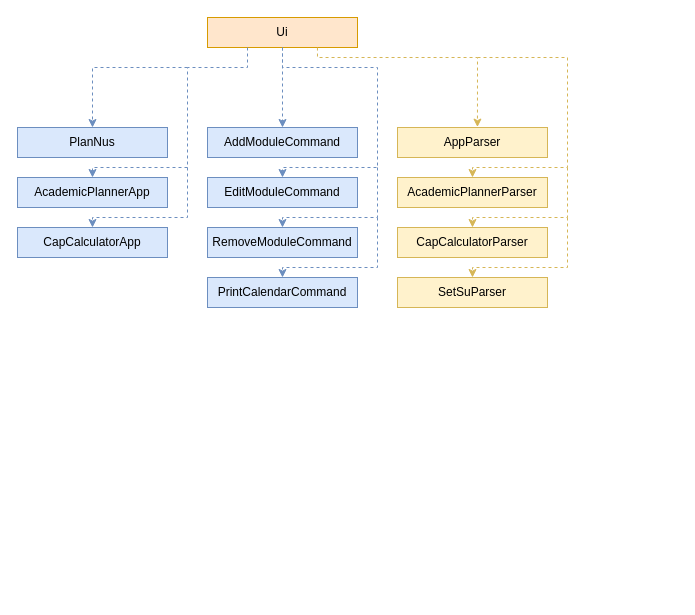
Before: docs/base/Ui architecture.drawio in vanessa-kang/tp, a draw.io diagram. Source tidied: cells renumbered, new cells numbered last; positions are measured from the earlier drawing's top-left corner, leaving out a move shared by most shapes. Both pictures are drawn from the tidied source at 100%, with x=0, y=0 at pixel (17, 17).
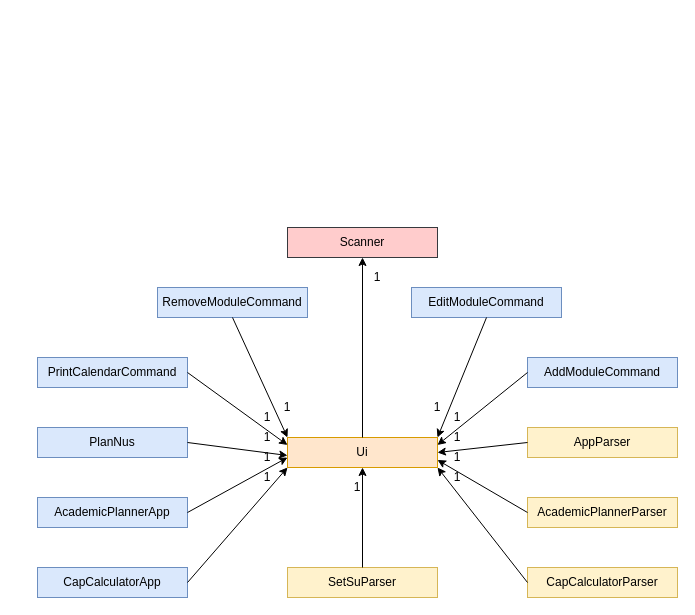
After the change.

What changed in the source:
```diff
@@
     <mxCell id="2" value="Ui" style="rounded=0;whiteSpace=wrap;html=1;fillColor=#ffe6cc;strokeColor=#d79b00;" parent="1" vertex="1">
-      <mxGeometry x="190" width="150" height="30" as="geometry" />
+      <mxGeometry x="270" y="420" width="150" height="30" as="geometry" />
     </mxCell>
     <mxCell id="3" value="PlanNus" style="rounded=0;whiteSpace=wrap;html=1;fillColor=#dae8fc;strokeColor=#6c8ebf;" parent="1" vertex="1">
-      <mxGeometry y="110" width="150" height="30" as="geometry" />
+      <mxGeometry x="20" y="410" width="150" height="30" as="geometry" />
     </mxCell>
     <mxCell id="4" value="CapCalculatorApp" style="rounded=0;whiteSpace=wrap;html=1;fillColor=#dae8fc;strokeColor=#6c8ebf;" parent="1" vertex="1">
-      <mxGeometry y="210" width="150" height="30" as="geometry" />
+      <mxGeometry x="20" y="550" width="150" height="30" as="geometry" />
     </mxCell>
     <mxCell id="5" value="AcademicPlannerApp" style="rounded=0;whiteSpace=wrap;html=1;fillColor=#dae8fc;strokeColor=#6c8ebf;" parent="1" vertex="1">
-      <mxGeometry y="160" width="150" height="30" as="geometry" />
+      <mxGeometry x="20" y="480" width="150" height="30" as="geometry" />
     </mxCell>
     <mxCell id="6" value="AddModuleCommand" style="rounded=0;whiteSpace=wrap;html=1;fillColor=#dae8fc;strokeColor=#6c8ebf;" parent="1" vertex="1">
-      <mxGeometry x="190" y="110" width="150" height="30" as="geometry" />
+      <mxGeometry x="510" y="340" width="150" height="30" as="geometry" />
     </mxCell>
     <mxCell id="7" value="RemoveModuleCommand" style="rounded=0;whiteSpace=wrap;html=1;fillColor=#dae8fc;strokeColor=#6c8ebf;" parent="1" vertex="1">
-      <mxGeometry x="190" y="210" width="150" height="30" as="geometry" />
+      <mxGeometry x="140" y="270" width="150" height="30" as="geometry" />
     </mxCell>
     <mxCell id="8" value="EditModuleCommand" style="rounded=0;whiteSpace=wrap;html=1;fillColor=#dae8fc;strokeColor=#6c8ebf;" parent="1" vertex="1">
-      <mxGeometry x="190" y="160" width="150" height="30" as="geometry" />
+      <mxGeometry x="394" y="270" width="150" height="30" as="geometry" />
     </mxCell>
     <mxCell id="9" value="PrintCalendarCommand" style="rounded=0;whiteSpace=wrap;html=1;fillColor=#dae8fc;strokeColor=#6c8ebf;" parent="1" vertex="1">
-      <mxGeometry x="190" y="260" width="150" height="30" as="geometry" />
+      <mxGeometry x="20" y="340" width="150" height="30" as="geometry" />
     </mxCell>
     <mxCell id="10" value="AppParser" style="rounded=0;whiteSpace=wrap;html=1;fillColor=#fff2cc;strokeColor=#d6b656;" parent="1" vertex="1">
-      <mxGeometry x="380" y="110" width="150" height="30" as="geometry" />
+      <mxGeometry x="510" y="410" width="150" height="30" as="geometry" />
     </mxCell>
     <mxCell id="11" value="AcademicPlannerParser" style="rounded=0;whiteSpace=wrap;html=1;fillColor=#fff2cc;strokeColor=#d6b656;" parent="1" vertex="1">
-      <mxGeometry x="380" y="160" width="150" height="30" as="geometry" />
+      <mxGeometry x="510" y="480" width="150" height="30" as="geometry" />
     </mxCell>
     <mxCell id="12" value="CapCalculatorParser" style="rounded=0;whiteSpace=wrap;html=1;fillColor=#fff2cc;strokeColor=#d6b656;" parent="1" vertex="1">
-      <mxGeometry x="380" y="210" width="150" height="30" as="geometry" />
+      <mxGeometry x="510" y="550" width="150" height="30" as="geometry" />
     </mxCell>
     <mxCell id="13" value="SetSuParser" style="rounded=0;whiteSpace=wrap;html=1;fillColor=#fff2cc;strokeColor=#d6b656;" parent="1" vertex="1">
-      <mxGeometry x="380" y="260" width="150" height="30" as="geometry" />
+      <mxGeometry x="270" y="550" width="150" height="30" as="geometry" />
     </mxCell>
-    <mxCell id="14" style="endArrow=classic;html=1;dashed=1;entryX=0.5;entryY=0;entryDx=0;entryDy=0;rounded=0;fillColor=#dae8fc;strokeColor=#6c8ebf;" parent="1" edge="1" target="5">
-      <mxGeometry relative="1" as="geometry">
-        <mxPoint x="230" y="30" as="sourcePoint" />
-        <Array as="points">
-          <mxPoint x="230" y="50" />
-          <mxPoint x="170" y="50" />
-          <mxPoint x="170" y="150" />
-          <mxPoint x="75" y="150" />
-        </Array>
-      </mxGeometry>
-    </mxCell>
-    <mxCell id="15" style="endArrow=classic;html=1;dashed=1;entryX=0.5;entryY=0;entryDx=0;entryDy=0;rounded=0;fillColor=#dae8fc;strokeColor=#6c8ebf;" parent="1" edge="1" target="3">
-      <mxGeometry relative="1" as="geometry">
-        <mxPoint x="170" y="50" as="sourcePoint" />
-        <Array as="points">
-          <mxPoint x="75" y="50" />
-        </Array>
-      </mxGeometry>
-    </mxCell>
-    <mxCell id="16" style="endArrow=classic;html=1;dashed=1;entryX=0.5;entryY=0;entryDx=0;entryDy=0;rounded=0;fillColor=#dae8fc;strokeColor=#6c8ebf;" parent="1" edge="1" target="4">
-      <mxGeometry relative="1" as="geometry">
-        <mxPoint x="170" y="150" as="sourcePoint" />
-        <Array as="points">
-          <mxPoint x="170" y="200" />
-          <mxPoint x="75" y="200" />
-        </Array>
-      </mxGeometry>
-    </mxCell>
-    <mxCell id="17" style="endArrow=classic;html=1;dashed=1;exitX=0.5;exitY=1;exitDx=0;exitDy=0;rounded=0;fillColor=#dae8fc;strokeColor=#6c8ebf;entryX=0.5;entryY=0;entryDx=0;entryDy=0;" parent="1" edge="1" source="2" target="8">
-      <mxGeometry relative="1" as="geometry">
-        <Array as="points">
-          <mxPoint x="265" y="50" />
-          <mxPoint x="360" y="50" />
-          <mxPoint x="360" y="150" />
-          <mxPoint x="265" y="150" />
-        </Array>
-      </mxGeometry>
-    </mxCell>
-    <mxCell id="18" style="endArrow=classic;html=1;dashed=1;exitX=0.5;exitY=1;exitDx=0;exitDy=0;entryX=0.5;entryY=0;entryDx=0;entryDy=0;fillColor=#dae8fc;strokeColor=#6c8ebf;" parent="1" edge="1" source="2" target="6">
-      <mxGeometry relative="1" as="geometry" />
-    </mxCell>
-    <mxCell id="19" style="endArrow=classic;html=1;dashed=1;entryX=0.5;entryY=0;entryDx=0;entryDy=0;rounded=0;fillColor=#dae8fc;strokeColor=#6c8ebf;" parent="1" edge="1" target="7">
-      <mxGeometry relative="1" as="geometry">
-        <mxPoint x="360" y="150" as="sourcePoint" />
-        <Array as="points">
-          <mxPoint x="360" y="200" />
-          <mxPoint x="265" y="200" />
-        </Array>
-      </mxGeometry>
-    </mxCell>
-    <mxCell id="20" style="endArrow=classic;html=1;dashed=1;entryX=0.5;entryY=0;entryDx=0;entryDy=0;rounded=0;fillColor=#dae8fc;strokeColor=#6c8ebf;" parent="1" edge="1" target="9">
-      <mxGeometry relative="1" as="geometry">
-        <mxPoint x="360" y="200" as="sourcePoint" />
-        <Array as="points">
-          <mxPoint x="360" y="250" />
-          <mxPoint x="265" y="250" />
-        </Array>
-      </mxGeometry>
-    </mxCell>
-    <mxCell id="21" style="endArrow=classic;html=1;dashed=1;exitX=0.733;exitY=1.002;exitDx=0;exitDy=0;rounded=0;fillColor=#fff2cc;strokeColor=#d6b656;exitPerimeter=0;entryX=0.533;entryY=-0.014;entryDx=0;entryDy=0;entryPerimeter=0;" parent="1" edge="1" source="2" target="10">
-      <mxGeometry relative="1" as="geometry">
-        <Array as="points">
-          <mxPoint x="300" y="40" />
-          <mxPoint x="460" y="40" />
-        </Array>
-      </mxGeometry>
-    </mxCell>
-    <mxCell id="22" style="endArrow=classic;html=1;dashed=1;rounded=0;entryX=0.5;entryY=0;entryDx=0;entryDy=0;fillColor=#fff2cc;strokeColor=#d6b656;" parent="1" edge="1" target="11">
-      <mxGeometry relative="1" as="geometry">
-        <mxPoint x="460" y="40" as="sourcePoint" />
-        <Array as="points">
-          <mxPoint x="550" y="40" />
-          <mxPoint x="550" y="150" />
-          <mxPoint x="455" y="150" />
-        </Array>
-      </mxGeometry>
-    </mxCell>
-    <mxCell id="23" style="endArrow=classic;html=1;dashed=1;entryX=0.5;entryY=0;entryDx=0;entryDy=0;rounded=0;fillColor=#fff2cc;strokeColor=#d6b656;" parent="1" edge="1" target="12">
-      <mxGeometry relative="1" as="geometry">
-        <mxPoint x="550" y="150" as="sourcePoint" />
-        <Array as="points">
-          <mxPoint x="550" y="200" />
-          <mxPoint x="455" y="200" />
-        </Array>
-      </mxGeometry>
-    </mxCell>
-    <mxCell id="24" style="endArrow=classic;html=1;dashed=1;entryX=0.5;entryY=0;entryDx=0;entryDy=0;rounded=0;fillColor=#fff2cc;strokeColor=#d6b656;" parent="1" edge="1" target="13">
-      <mxGeometry relative="1" as="geometry">
-        <mxPoint x="550" y="200" as="sourcePoint" />
-        <Array as="points">
-          <mxPoint x="550" y="250" />
-          <mxPoint x="455" y="250" />
-        </Array>
-      </mxGeometry>
-    </mxCell>
+    <mxCell id="25" style="endArrow=classic;html=1;exitX=1;exitY=0.5;exitDx=0;exitDy=0;entryX=0;entryY=0.25;entryDx=0;entryDy=0;fillColor=#dae8fc;" parent="1" edge="1" source="9" target="2">
+      <mxGeometry relative="1" as="geometry" />
+    </mxCell>
+    <mxCell id="26" style="endArrow=classic;html=1;exitX=1;exitY=0.5;exitDx=0;exitDy=0;fillColor=#dae8fc;" parent="1" edge="1" source="3">
+      <mxGeometry relative="1" as="geometry">
+        <mxPoint x="270" y="438" as="targetPoint" />
+      </mxGeometry>
+    </mxCell>
+    <mxCell id="27" style="endArrow=classic;html=1;exitX=1;exitY=0.5;exitDx=0;exitDy=0;fillColor=#dae8fc;" parent="1" edge="1" source="5">
+      <mxGeometry relative="1" as="geometry">
+        <mxPoint x="270" y="440" as="targetPoint" />
+      </mxGeometry>
+    </mxCell>
+    <mxCell id="28" style="endArrow=classic;html=1;exitX=1;exitY=0.5;exitDx=0;exitDy=0;fillColor=#dae8fc;entryX=0;entryY=1;entryDx=0;entryDy=0;" parent="1" edge="1" source="4" target="2">
+      <mxGeometry relative="1" as="geometry" />
+    </mxCell>
+    <mxCell id="29" style="endArrow=classic;html=1;exitX=0.5;exitY=0;exitDx=0;exitDy=0;fillColor=#dae8fc;entryX=0.5;entryY=1;entryDx=0;entryDy=0;" parent="1" edge="1" source="13" target="2">
+      <mxGeometry relative="1" as="geometry" />
+    </mxCell>
+    <mxCell id="30" style="endArrow=classic;html=1;exitX=0;exitY=0.5;exitDx=0;exitDy=0;fillColor=#dae8fc;entryX=1;entryY=1;entryDx=0;entryDy=0;" parent="1" edge="1" source="12" target="2">
+      <mxGeometry relative="1" as="geometry" />
+    </mxCell>
+    <mxCell id="31" style="endArrow=classic;html=1;exitX=0;exitY=0.5;exitDx=0;exitDy=0;fillColor=#dae8fc;entryX=1;entryY=0.75;entryDx=0;entryDy=0;" parent="1" edge="1" source="11" target="2">
+      <mxGeometry relative="1" as="geometry" />
+    </mxCell>
+    <mxCell id="32" style="endArrow=classic;html=1;exitX=0;exitY=0.5;exitDx=0;exitDy=0;fillColor=#dae8fc;entryX=1;entryY=0.5;entryDx=0;entryDy=0;" parent="1" edge="1" source="10" target="2">
+      <mxGeometry relative="1" as="geometry" />
+    </mxCell>
+    <mxCell id="33" style="endArrow=classic;html=1;exitX=0;exitY=0.5;exitDx=0;exitDy=0;fillColor=#dae8fc;entryX=1;entryY=0.25;entryDx=0;entryDy=0;" parent="1" edge="1" source="6" target="2">
+      <mxGeometry relative="1" as="geometry" />
+    </mxCell>
+    <mxCell id="34" style="endArrow=classic;html=1;exitX=0.5;exitY=1;exitDx=0;exitDy=0;fillColor=#dae8fc;entryX=1;entryY=0;entryDx=0;entryDy=0;" parent="1" edge="1" source="8" target="2">
+      <mxGeometry relative="1" as="geometry" />
+    </mxCell>
+    <mxCell id="35" style="endArrow=classic;html=1;exitX=0.5;exitY=1;exitDx=0;exitDy=0;fillColor=#dae8fc;entryX=0;entryY=0;entryDx=0;entryDy=0;" parent="1" edge="1" source="7" target="2">
+      <mxGeometry relative="1" as="geometry" />
+    </mxCell>
+    <mxCell id="36" value="Scanner" style="rounded=0;whiteSpace=wrap;html=1;fillColor=#ffcccc;strokeColor=#36393d;" parent="1" vertex="1">
+      <mxGeometry x="270" y="210" width="150" height="30" as="geometry" />
+    </mxCell>
+    <mxCell id="37" style="endArrow=classic;html=1;exitX=0.5;exitY=0;exitDx=0;exitDy=0;fillColor=#dae8fc;entryX=0.5;entryY=1;entryDx=0;entryDy=0;" parent="1" edge="1" source="2" target="36">
+      <mxGeometry relative="1" as="geometry" />
+    </mxCell>
+    <mxCell id="38" value="1" style="text;html=1;strokeColor=none;fillColor=none;align=center;verticalAlign=middle;whiteSpace=wrap;rounded=0;" parent="1" vertex="1">
+      <mxGeometry x="260" y="380" width="20" height="20" as="geometry" />
+    </mxCell>
+    <mxCell id="39" value="1" style="text;html=1;strokeColor=none;fillColor=none;align=center;verticalAlign=middle;whiteSpace=wrap;rounded=0;" parent="1" vertex="1">
+      <mxGeometry x="240" y="390" width="20" height="20" as="geometry" />
+    </mxCell>
+    <mxCell id="40" value="1" style="text;html=1;strokeColor=none;fillColor=none;align=center;verticalAlign=middle;whiteSpace=wrap;rounded=0;" parent="1" vertex="1">
+      <mxGeometry x="240" y="410" width="20" height="20" as="geometry" />
+    </mxCell>
+    <mxCell id="41" value="1" style="text;html=1;strokeColor=none;fillColor=none;align=center;verticalAlign=middle;whiteSpace=wrap;rounded=0;" parent="1" vertex="1">
+      <mxGeometry x="240" y="430" width="20" height="20" as="geometry" />
+    </mxCell>
+    <mxCell id="42" value="1" style="text;html=1;strokeColor=none;fillColor=none;align=center;verticalAlign=middle;whiteSpace=wrap;rounded=0;" parent="1" vertex="1">
+      <mxGeometry x="240" y="450" width="20" height="20" as="geometry" />
+    </mxCell>
+    <mxCell id="43" value="1" style="text;html=1;strokeColor=none;fillColor=none;align=center;verticalAlign=middle;whiteSpace=wrap;rounded=0;" parent="1" vertex="1">
+      <mxGeometry x="330" y="460" width="20" height="20" as="geometry" />
+    </mxCell>
+    <mxCell id="44" value="1" style="text;html=1;strokeColor=none;fillColor=none;align=center;verticalAlign=middle;whiteSpace=wrap;rounded=0;" parent="1" vertex="1">
+      <mxGeometry x="430" y="450" width="20" height="20" as="geometry" />
+    </mxCell>
+    <mxCell id="45" value="1" style="text;html=1;strokeColor=none;fillColor=none;align=center;verticalAlign=middle;whiteSpace=wrap;rounded=0;" parent="1" vertex="1">
+      <mxGeometry x="430" y="430" width="20" height="20" as="geometry" />
+    </mxCell>
+    <mxCell id="46" value="1" style="text;html=1;strokeColor=none;fillColor=none;align=center;verticalAlign=middle;whiteSpace=wrap;rounded=0;" parent="1" vertex="1">
+      <mxGeometry x="430" y="410" width="20" height="20" as="geometry" />
+    </mxCell>
+    <mxCell id="47" value="1" style="text;html=1;strokeColor=none;fillColor=none;align=center;verticalAlign=middle;whiteSpace=wrap;rounded=0;" parent="1" vertex="1">
+      <mxGeometry x="430" y="390" width="20" height="20" as="geometry" />
+    </mxCell>
+    <mxCell id="48" value="1" style="text;html=1;strokeColor=none;fillColor=none;align=center;verticalAlign=middle;whiteSpace=wrap;rounded=0;" parent="1" vertex="1">
+      <mxGeometry x="410" y="380" width="20" height="20" as="geometry" />
+    </mxCell>
+    <mxCell id="49" value="1" style="text;html=1;strokeColor=none;fillColor=none;align=center;verticalAlign=middle;whiteSpace=wrap;rounded=0;" parent="1" vertex="1">
+      <mxGeometry x="350" y="250" width="20" height="20" as="geometry" />
+    </mxCell>
```
